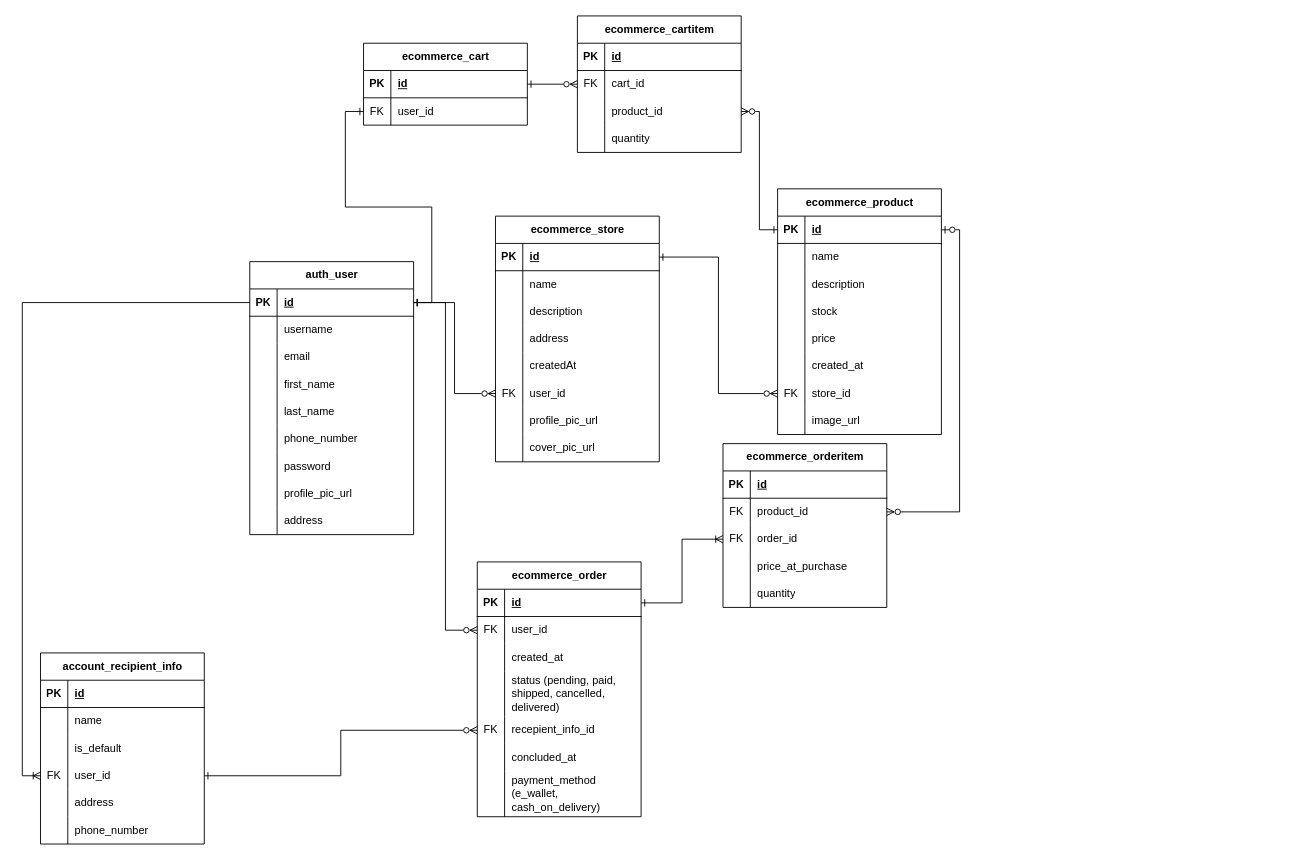
Above: page "All" (1 of 3) of E-Commerce API ERD.drawio in RHILIUS/drawio (draw.io), before the change. Source tidied: cells renumbered, new cells numbered last; positions are measured from the earlier drawing's top-left corner, leaving out a move shared by most shapes. Both pictures are drawn from the tidied source at 91%, with x=0, y=0 at pixel (40, 15).
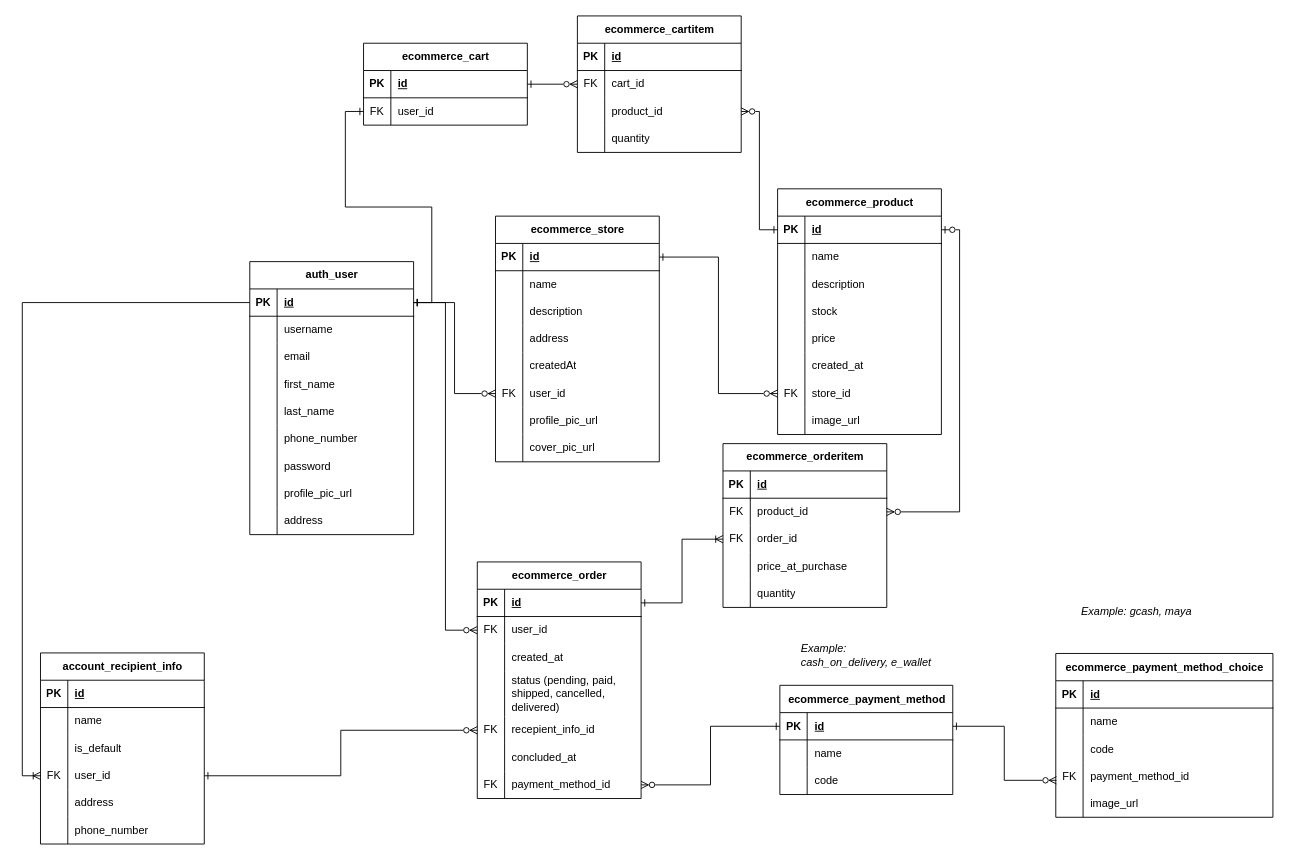
After the change.

Change to the diagram source:
```diff
@@
     <mxCell id="78" value="ecommerce_order" style="shape=table;startSize=30;childLayout=tableLayout;rowLines=0;fontStyle=1;align=center;html=1;" parent="1" vertex="1">
-      <mxGeometry x="480" y="600" width="180" height="280" as="geometry" />
+      <mxGeometry x="480" y="600" width="180" height="260" as="geometry" />
     </mxCell>
@@
     <mxCell id="97" style="shape=tableRow;horizontal=0;startSize=0;swimlaneHead=0;swimlaneBody=0;fillColor=none;points=[[0,0.5],[1,0.5]];portConstraint=eastwest;top=0;left=0;right=0;bottom=0;" parent="78" vertex="1">
-      <mxGeometry y="230" width="180" height="50" as="geometry" />
+      <mxGeometry y="230" width="180" height="30" as="geometry" />
     </mxCell>
-    <mxCell id="98" style="shape=partialRectangle;fillColor=none;top=0;left=0;bottom=0;right=0;overflow=hidden;whiteSpace=wrap;html=1;" parent="97" vertex="1">
-      <mxGeometry width="30" height="50" as="geometry" />
+    <mxCell id="98" value="FK" style="shape=partialRectangle;fillColor=none;top=0;left=0;bottom=0;right=0;overflow=hidden;whiteSpace=wrap;html=1;" parent="97" vertex="1">
+      <mxGeometry width="30" height="30" as="geometry" />
     </mxCell>
-    <mxCell id="99" value="payment_method (e_wallet, cash_on_delivery)" style="shape=partialRectangle;fillColor=none;top=0;left=0;bottom=0;right=0;align=left;spacingLeft=6;overflow=hidden;whiteSpace=wrap;html=1;" parent="97" vertex="1">
-      <mxGeometry x="30" width="150" height="50" as="geometry" />
+    <mxCell id="99" value="payment_method_id" style="shape=partialRectangle;fillColor=none;top=0;left=0;bottom=0;right=0;align=left;spacingLeft=6;overflow=hidden;whiteSpace=wrap;html=1;" parent="97" vertex="1">
+      <mxGeometry x="30" width="150" height="30" as="geometry" />
     </mxCell>
@@
+    <mxCell id="167" style="edgeStyle=orthogonalEdgeStyle;rounded=0;jettySize=auto;html=1;endArrow=ERzeroToMany;endFill=0;startArrow=ERone;startFill=0;" parent="1" edge="1" source="171" target="97">
+      <mxGeometry relative="1" as="geometry" />
+    </mxCell>
+    <mxCell id="168" style="group;" parent="1" vertex="1">
+      <mxGeometry x="800" y="670" width="215" height="210" as="geometry" />
+    </mxCell>
+    <mxCell id="169" value="&lt;i&gt;Example: cash_on_delivery, e_wallet&lt;/i&gt;" style="text;html=1;whiteSpace=wrap;strokeColor=none;fillColor=none;align=left;verticalAlign=middle;rounded=0;" parent="168" vertex="1">
+      <mxGeometry x="33.8" width="147.5" height="65.6" as="geometry" />
+    </mxCell>
+    <mxCell id="170" value="ecommerce_payment_method" style="shape=table;startSize=30;childLayout=tableLayout;rowLines=0;fontStyle=1;align=center;html=1;" parent="168" vertex="1">
+      <mxGeometry x="12.5" y="65.6" width="190" height="120" as="geometry" />
+    </mxCell>
+    <mxCell id="171" style="shape=tableRow;horizontal=0;startSize=0;swimlaneHead=0;swimlaneBody=0;fillColor=none;points=[[0,0.5],[1,0.5]];portConstraint=eastwest;top=0;left=0;right=0;bottom=1;" parent="170" vertex="1">
+      <mxGeometry y="30" width="190" height="30" as="geometry" />
+    </mxCell>
+    <mxCell id="172" value="PK" style="shape=partialRectangle;fillColor=none;top=0;left=0;bottom=0;right=0;fontStyle=1;overflow=hidden;whiteSpace=wrap;html=1;" parent="171" vertex="1">
+      <mxGeometry width="30" height="30" as="geometry" />
+    </mxCell>
+    <mxCell id="173" value="id" style="shape=partialRectangle;fillColor=none;top=0;left=0;bottom=0;right=0;align=left;spacingLeft=6;fontStyle=5;overflow=hidden;whiteSpace=wrap;html=1;" parent="171" vertex="1">
+      <mxGeometry x="30" width="160" height="30" as="geometry" />
+    </mxCell>
+    <mxCell id="174" style="shape=tableRow;horizontal=0;startSize=0;swimlaneHead=0;swimlaneBody=0;fillColor=none;top=0;left=0;right=0;bottom=0;" parent="170" vertex="1">
+      <mxGeometry y="60" width="190" height="30" as="geometry" />
+    </mxCell>
+    <mxCell id="175" style="shape=partialRectangle;fillColor=none;top=0;left=0;bottom=0;right=0;overflow=hidden;whiteSpace=wrap;html=1;" parent="174" vertex="1">
+      <mxGeometry width="30" height="30" as="geometry" />
+    </mxCell>
+    <mxCell id="176" value="name" style="shape=partialRectangle;fillColor=none;top=0;left=0;bottom=0;right=0;align=left;spacingLeft=6;overflow=hidden;whiteSpace=wrap;html=1;" parent="174" vertex="1">
+      <mxGeometry x="30" width="160" height="30" as="geometry" />
+    </mxCell>
+    <mxCell id="177" style="shape=tableRow;horizontal=0;startSize=0;swimlaneHead=0;swimlaneBody=0;fillColor=none;top=0;left=0;right=0;bottom=0;" parent="170" vertex="1">
+      <mxGeometry y="90" width="190" height="30" as="geometry" />
+    </mxCell>
+    <mxCell id="178" style="shape=partialRectangle;fillColor=none;top=0;left=0;bottom=0;right=0;overflow=hidden;whiteSpace=wrap;html=1;" parent="177" vertex="1">
+      <mxGeometry width="30" height="30" as="geometry" />
+    </mxCell>
+    <mxCell id="179" value="code" style="shape=partialRectangle;fillColor=none;top=0;left=0;bottom=0;right=0;align=left;spacingLeft=6;overflow=hidden;whiteSpace=wrap;html=1;" parent="177" vertex="1">
+      <mxGeometry x="30" width="160" height="30" as="geometry" />
+    </mxCell>
+    <mxCell id="180" style="group;" parent="1" vertex="1">
+      <mxGeometry x="1100" y="610" width="270" height="290" as="geometry" />
+    </mxCell>
+    <mxCell id="181" value="&lt;i&gt;Example: gcash, maya&lt;/i&gt;" style="text;html=1;whiteSpace=wrap;strokeColor=none;fillColor=none;align=left;verticalAlign=middle;rounded=0;" parent="180" vertex="1">
+      <mxGeometry x="42.4" width="185.2" height="90.6" as="geometry" />
+    </mxCell>
+    <mxCell id="182" value="ecommerce_payment_method_choice" style="shape=table;startSize=30;childLayout=tableLayout;rowLines=0;fontStyle=1;align=center;html=1;" parent="180" vertex="1">
+      <mxGeometry x="15.7" y="90.6" width="238.6" height="180" as="geometry" />
+    </mxCell>
+    <mxCell id="183" style="shape=tableRow;horizontal=0;startSize=0;swimlaneHead=0;swimlaneBody=0;fillColor=none;top=0;left=0;right=0;bottom=1;" parent="182" vertex="1">
+      <mxGeometry y="30" width="238.6" height="30" as="geometry" />
+    </mxCell>
+    <mxCell id="184" value="PK" style="shape=partialRectangle;fillColor=none;top=0;left=0;bottom=0;right=0;fontStyle=1;overflow=hidden;whiteSpace=wrap;html=1;" parent="183" vertex="1">
+      <mxGeometry width="30" height="30" as="geometry" />
+    </mxCell>
+    <mxCell id="185" value="id" style="shape=partialRectangle;fillColor=none;top=0;left=0;bottom=0;right=0;align=left;spacingLeft=6;fontStyle=5;overflow=hidden;whiteSpace=wrap;html=1;" parent="183" vertex="1">
+      <mxGeometry x="30" width="208.6" height="30" as="geometry" />
+    </mxCell>
+    <mxCell id="186" style="shape=tableRow;horizontal=0;startSize=0;swimlaneHead=0;swimlaneBody=0;fillColor=none;top=0;left=0;right=0;bottom=0;" parent="182" vertex="1">
+      <mxGeometry y="60" width="238.6" height="30" as="geometry" />
+    </mxCell>
+    <mxCell id="187" style="shape=partialRectangle;fillColor=none;top=0;left=0;bottom=0;right=0;overflow=hidden;whiteSpace=wrap;html=1;" parent="186" vertex="1">
+      <mxGeometry width="30" height="30" as="geometry" />
+    </mxCell>
+    <mxCell id="188" value="name" style="shape=partialRectangle;fillColor=none;top=0;left=0;bottom=0;right=0;align=left;spacingLeft=6;overflow=hidden;whiteSpace=wrap;html=1;" parent="186" vertex="1">
+      <mxGeometry x="30" width="208.6" height="30" as="geometry" />
+    </mxCell>
+    <mxCell id="189" style="shape=tableRow;horizontal=0;startSize=0;swimlaneHead=0;swimlaneBody=0;fillColor=none;top=0;left=0;right=0;bottom=0;" parent="182" vertex="1">
+      <mxGeometry y="90" width="238.6" height="30" as="geometry" />
+    </mxCell>
+    <mxCell id="190" style="shape=partialRectangle;fillColor=none;top=0;left=0;bottom=0;right=0;overflow=hidden;whiteSpace=wrap;html=1;" parent="189" vertex="1">
+      <mxGeometry width="30" height="30" as="geometry" />
+    </mxCell>
+    <mxCell id="191" value="code" style="shape=partialRectangle;fillColor=none;top=0;left=0;bottom=0;right=0;align=left;spacingLeft=6;overflow=hidden;whiteSpace=wrap;html=1;" parent="189" vertex="1">
+      <mxGeometry x="30" width="208.6" height="30" as="geometry" />
+    </mxCell>
+    <mxCell id="192" style="shape=tableRow;horizontal=0;startSize=0;swimlaneHead=0;swimlaneBody=0;fillColor=none;points=[[0,0.5],[1,0.5]];portConstraint=eastwest;top=0;left=0;right=0;bottom=0;" parent="182" vertex="1">
+      <mxGeometry y="120" width="238.6" height="30" as="geometry" />
+    </mxCell>
+    <mxCell id="193" value="FK" style="shape=partialRectangle;fillColor=none;top=0;left=0;bottom=0;right=0;overflow=hidden;whiteSpace=wrap;html=1;" parent="192" vertex="1">
+      <mxGeometry width="30" height="30" as="geometry" />
+    </mxCell>
+    <mxCell id="194" value="payment_method_id" style="shape=partialRectangle;fillColor=none;top=0;left=0;bottom=0;right=0;align=left;spacingLeft=6;overflow=hidden;whiteSpace=wrap;html=1;" parent="192" vertex="1">
+      <mxGeometry x="30" width="208.6" height="30" as="geometry" />
+    </mxCell>
+    <mxCell id="195" style="shape=tableRow;horizontal=0;startSize=0;swimlaneHead=0;swimlaneBody=0;fillColor=none;top=0;left=0;right=0;bottom=0;" parent="182" vertex="1">
+      <mxGeometry y="150" width="238.6" height="30" as="geometry" />
+    </mxCell>
+    <mxCell id="196" style="shape=partialRectangle;fillColor=none;top=0;left=0;bottom=0;right=0;overflow=hidden;whiteSpace=wrap;html=1;" parent="195" vertex="1">
+      <mxGeometry width="30" height="30" as="geometry" />
+    </mxCell>
+    <mxCell id="197" value="image_url" style="shape=partialRectangle;fillColor=none;top=0;left=0;bottom=0;right=0;align=left;spacingLeft=6;overflow=hidden;whiteSpace=wrap;html=1;" parent="195" vertex="1">
+      <mxGeometry x="30" width="208.6" height="30" as="geometry" />
+    </mxCell>
+    <mxCell id="198" style="edgeStyle=orthogonalEdgeStyle;rounded=0;jettySize=auto;html=1;entryX=0.003;entryY=0.646;entryDx=0;entryDy=0;entryPerimeter=0;endArrow=ERzeroToMany;endFill=0;startArrow=ERone;startFill=0;" parent="1" edge="1" source="171" target="192">
+      <mxGeometry relative="1" as="geometry" />
+    </mxCell>
```
